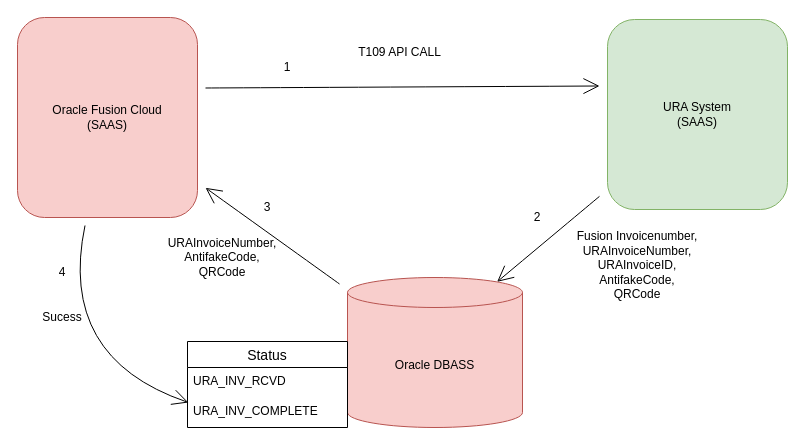
anantwag19/Workspace keeps this draw.io diagram as Credit/MTN_Presentation.drawio. Above is the earlier version. Source tidied: cells renumbered, new cells numbered last; positions are measured from the earlier drawing's top-left corner, leaving out a move shared by most shapes. Both pictures are drawn from the tidied source at 100%, with x=0, y=0 at pixel (17, 17).
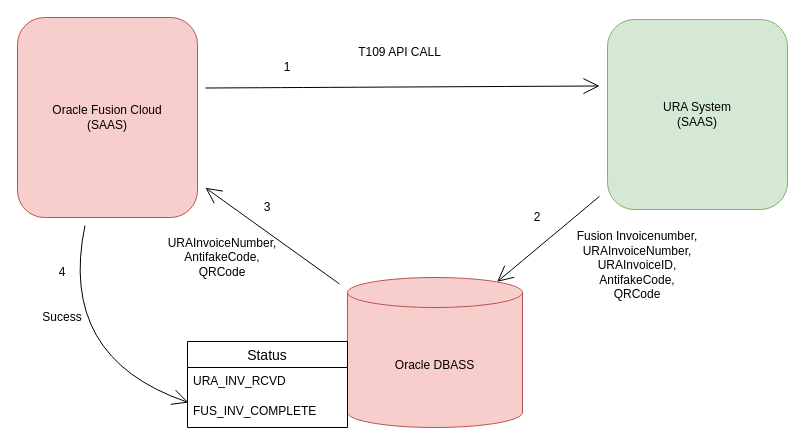
The same diagram, later.

Unchanged cells that the change refers to:
```xml
<mxCell id="12" value="Status " style="swimlane;fontStyle=0;horizontal=1;startSize=26;align=center;fontSize=14;hachureGap=4;" parent="1" vertex="1">
  <mxGeometry x="170" y="324" width="160" height="86" as="geometry" />
</mxCell>
```

The edit, as a diff of the source:
```diff
@@
-    <mxCell id="14" value="URA_INV_COMPLETE" style="text;strokeColor=none;fillColor=none;spacingLeft=4;spacingRight=4;overflow=hidden;points=[[0,0.5],[1,0.5]];portConstraint=eastwest;fontSize=12;" parent="12" vertex="1">
+    <mxCell id="14" value="FUS_INV_COMPLETE" style="text;strokeColor=none;fillColor=none;spacingLeft=4;spacingRight=4;overflow=hidden;points=[[0,0.5],[1,0.5]];portConstraint=eastwest;fontSize=12;" parent="12" vertex="1">
       <mxGeometry y="56" width="160" height="30" as="geometry" />
     </mxCell>
```
